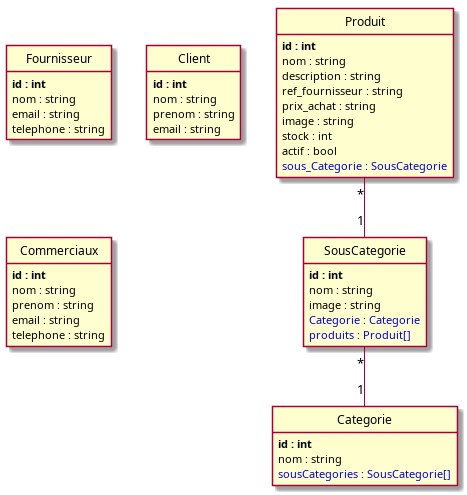
The PlantUML diagram puml/index.png in Alice2568/VillageGreen, before a commit. Its source is kept beside it as puml/index.puml.
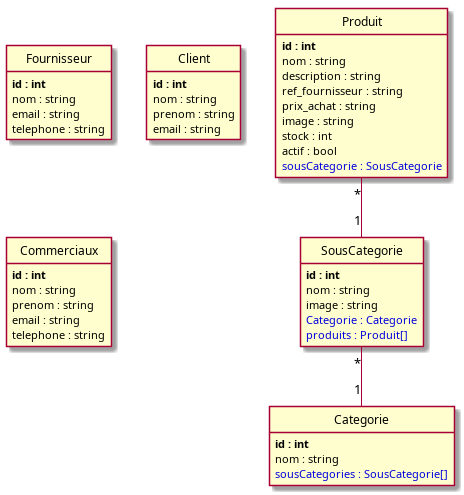
The same file after the commit.

What changed in the source:
```diff
@@ -4,20 +4,6 @@
 	nom : string
 	email : string
 	telephone : string
-}
-
-class SousCategorie {
-	**id : int**
-	nom : string
-	image : string
-	<color:#0000dd>Categorie : Categorie</color>
-	<color:#0000dd>produits : Produit[]</color>
-}
-
-class Categorie {
-	**id : int**
-	nom : string
-	<color:#0000dd>sousCategories : SousCategorie[]</color>
 }
 
 class Client {
@@ -36,6 +22,7 @@
 	image : string
 	stock : int
 	actif : bool
+	<color:#0000dd>sousCategorie : SousCategorie</color>
 }
 
 class SousCategorie {
@@ -43,6 +30,7 @@
 	nom : string
 	image : string
 	<color:#0000dd>Categorie : Categorie</color>
+	<color:#0000dd>produits : Produit[]</color>
 }
 
 class Commerciaux {
@@ -53,10 +41,14 @@
 	telephone : string
 }
 
+class Categorie {
+	**id : int**
+	nom : string
+	<color:#0000dd>sousCategories : SousCategorie[]</color>
+}
+
 Produit "*"--"1" SousCategorie
 SousCategorie "*"--"1" Categorie
-SousCategorie "1"--"*" Produit
-Produit "*"--"1" SousCategorie
 
 
 hide methods
```
